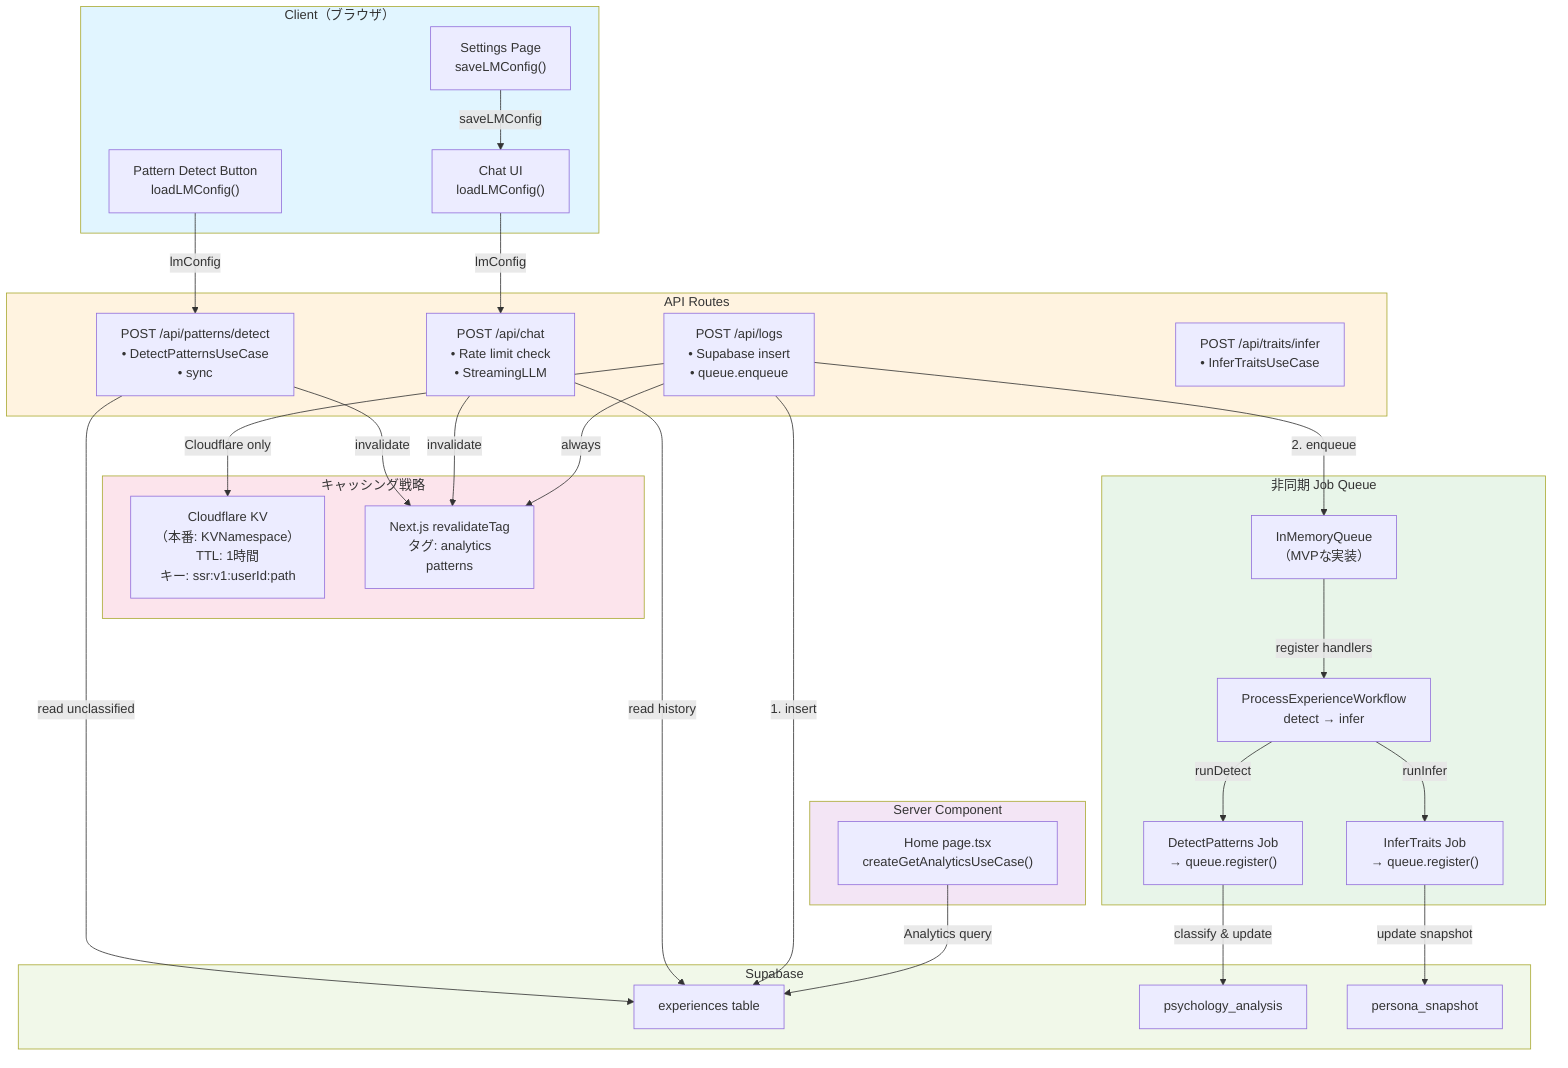
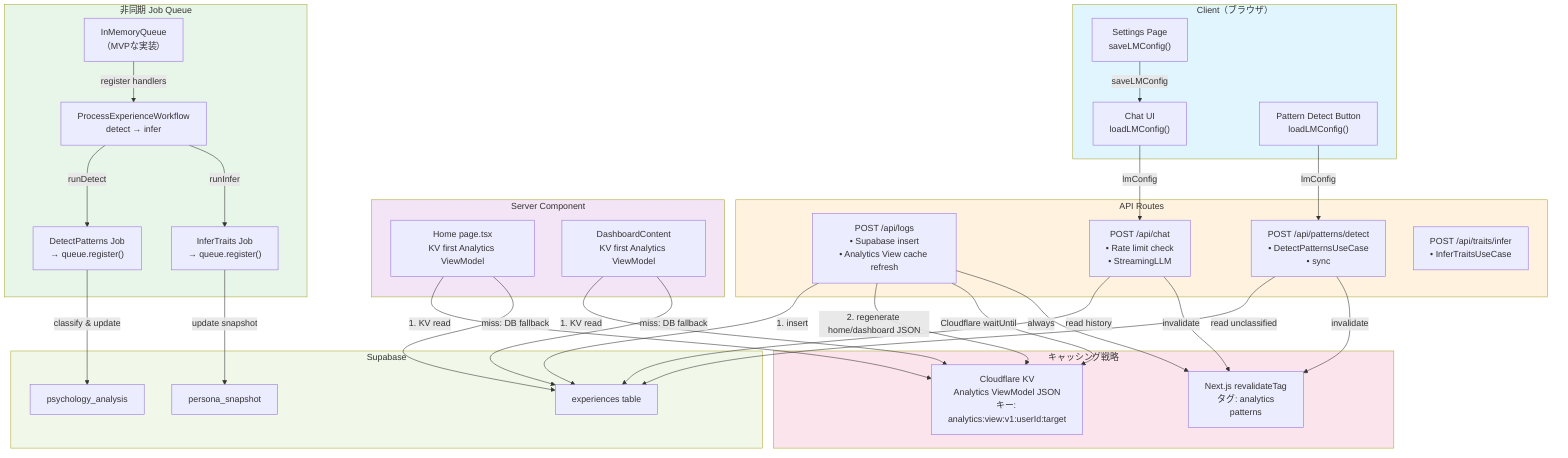
graph TB
    subgraph CLIENT["Client（ブラウザ）"]
        Chat["Chat UI<br/>loadLMConfig()"]
        PatternBtn["Pattern Detect Button<br/>loadLMConfig()"]
        Settings["Settings Page<br/>saveLMConfig()"]
    end

    subgraph SERVER["Server Component"]
-         HomePage["Home page.tsx<br/>createGetAnalyticsUseCase()"]
+         HomePage["Home page.tsx<br/>KV first Analytics ViewModel"]
+         Dashboard["DashboardContent<br/>KV first Analytics ViewModel"]
    end

    subgraph API["API Routes"]
-         LogAPI["POST /api/logs<br/>• Supabase insert<br/>• queue.enqueue"]
+         LogAPI["POST /api/logs<br/>• Supabase insert<br/>• Analytics View cache refresh"]
        ChatAPI["POST /api/chat<br/>• Rate limit check<br/>• StreamingLLM"]
        PatternsAPI["POST /api/patterns/detect<br/>• DetectPatternsUseCase<br/>• sync"]
        TraitsAPI["POST /api/traits/infer<br/>• InferTraitsUseCase"]
    end

    subgraph CACHE["キャッシング戦略"]
-         KV["Cloudflare KV<br/>（本番: KVNamespace）<br/>TTL: 1時間<br/>キー: ssr:v1:userId:path"]
+         KV["Cloudflare KV<br/>Analytics ViewModel JSON<br/>キー: analytics:view:v1:userId:target"]
        ISR["Next.js revalidateTag<br/>タグ: analytics<br/>patterns"]
    end

    subgraph ASYNC["非同期 Job Queue"]
        Queue["InMemoryQueue<br/>（MVPな実装）"]
        Detect["DetectPatterns Job<br/>→ queue.register()"]
        Infer["InferTraits Job<br/>→ queue.register()"]
        Workflow["ProcessExperienceWorkflow<br/>detect → infer"]
    end

    subgraph DB["Supabase"]
        Experiences["experiences table"]
        Psychology["psychology_analysis"]
        Persona["persona_snapshot"]
    end

    Chat -->|"lmConfig"| ChatAPI
    PatternBtn -->|"lmConfig"| PatternsAPI
    Settings -->|"saveLMConfig"| Chat
-     HomePage -->|"Analytics query"| Experiences
+     HomePage -->|"1. KV read"| KV
+     Dashboard -->|"1. KV read"| KV
+     HomePage -->|"miss: DB fallback"| Experiences
+     Dashboard -->|"miss: DB fallback"| Experiences

    LogAPI -->|"1. insert"| Experiences
-     LogAPI -->|"2. enqueue"| Queue
+     LogAPI -->|"2. regenerate home/dashboard JSON"| KV
    ChatAPI -->|"read history"| Experiences
    PatternsAPI -->|"read unclassified"| Experiences

-     LogAPI -->|"Cloudflare only"| KV
+     LogAPI -->|"Cloudflare waitUntil"| KV
    LogAPI -->|"always"| ISR
    ChatAPI -->|"invalidate"| ISR
    PatternsAPI -->|"invalidate"| ISR

    Queue -->|"register handlers"| Workflow
    Workflow -->|"runDetect"| Detect
    Detect -->|"classify & update"| Psychology
    Workflow -->|"runInfer"| Infer
    Infer -->|"update snapshot"| Persona

    style CLIENT fill:#e1f5ff
    style SERVER fill:#f3e5f5
    style API fill:#fff3e0
    style CACHE fill:#fce4ec
    style ASYNC fill:#e8f5e9
-     style DB fill:#f1f8e9+     style DB fill:#f1f8e9
